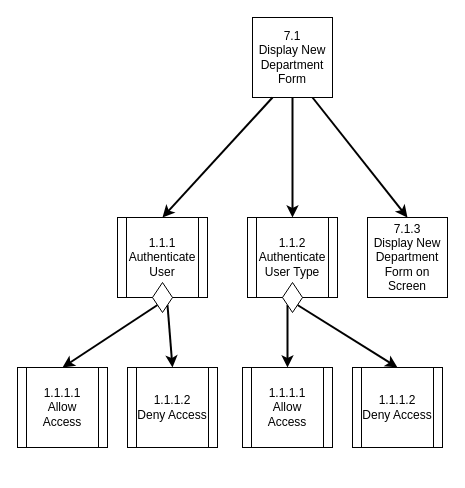
The draw.io diagram page "7.1: Display New Dept Form" (1 of 2) of Diagrams/StructureCharts/Proc7CreateDept.drawio in Harlento/SchedulingSystem, before the edit. Source tidied: cells renumbered, new cells numbered last; positions are measured from the earlier drawing's top-left corner, leaving out a move shared by most shapes. Both pictures are drawn from the tidied source at 100%, with x=0, y=0 at pixel (17, 17).
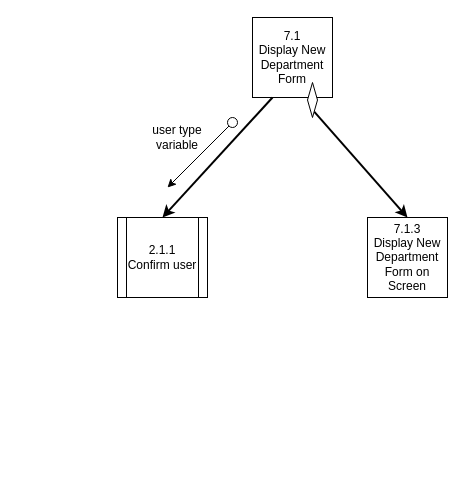
The same page after the edit.

Unchanged cells that the change refers to:
```xml
<mxCell id="2" value="7.1&lt;br&gt;Display New Department Form" style="whiteSpace=wrap;html=1;" parent="1" vertex="1">
  <mxGeometry x="235" width="80" height="80" as="geometry" />
</mxCell>
<mxCell id="4" value="7.1.3&lt;br&gt;Display New Department Form on Screen" style="whiteSpace=wrap;html=1;" parent="1" vertex="1">
  <mxGeometry x="350" y="200" width="80" height="80" as="geometry" />
</mxCell>
```

Change to the diagram source:
```diff
@@
-    <mxCell id="3" style="endArrow=classic;html=1;" parent="1" edge="1">
-      <mxGeometry relative="1" as="geometry">
-        <mxPoint x="130" y="440" as="sourcePoint" />
-        <mxPoint x="130" y="440" as="targetPoint" />
-      </mxGeometry>
-    </mxCell>
@@
-    <mxCell id="5" style="endArrow=classic;html=1;exitX=0;exitY=1;exitDx=0;exitDy=0;entryX=0.5;entryY=0;entryDx=0;entryDy=0;strokeWidth=2;" parent="1" edge="1" source="12" target="11">
-      <mxGeometry relative="1" as="geometry" />
-    </mxCell>
-    <mxCell id="6" style="endArrow=classic;html=1;exitX=0.75;exitY=1;exitDx=0;exitDy=0;strokeWidth=2;entryX=0.5;entryY=0;entryDx=0;entryDy=0;" parent="1" edge="1" source="2" target="4">
+    <mxCell id="6" style="endArrow=classic;html=1;exitX=0.75;exitY=1;exitDx=0;exitDy=0;strokeWidth=2;entryX=0.5;entryY=0;entryDx=0;entryDy=0;" parent="1" edge="1" source="25" target="4">
       <mxGeometry relative="1" as="geometry" />
     </mxCell>
-    <mxCell id="7" style="endArrow=classic;html=1;exitX=0.25;exitY=1;exitDx=0;exitDy=0;entryX=0.5;entryY=0;entryDx=0;entryDy=0;strokeWidth=2;" parent="1" edge="1" source="2" target="9">
+    <mxCell id="7" style="endArrow=classic;html=1;exitX=0.25;exitY=1;exitDx=0;exitDy=0;entryX=0.5;entryY=0;entryDx=0;entryDy=0;strokeWidth=2;" parent="1" edge="1" source="2" target="21">
       <mxGeometry relative="1" as="geometry" />
     </mxCell>
-    <mxCell id="8" style="endArrow=classic;html=1;strokeWidth=2;entryX=0.5;entryY=0;entryDx=0;entryDy=0;exitX=1;exitY=1;exitDx=0;exitDy=0;" parent="1" edge="1" source="12" target="10">
-      <mxGeometry relative="1" as="geometry" />
-    </mxCell>
-    <mxCell id="9" value="&lt;span style=&quot;white-space: normal&quot;&gt;1.1.1&lt;br&gt;&lt;/span&gt;Authenticate User" style="shape=process;whiteSpace=wrap;html=1;backgroundOutline=1;" parent="1" vertex="1">
-      <mxGeometry x="100" y="200" width="90" height="80" as="geometry" />
-    </mxCell>
-    <mxCell id="10" value="1.1.1.2&lt;br&gt;Deny Access" style="shape=process;whiteSpace=wrap;html=1;backgroundOutline=1;" parent="1" vertex="1">
-      <mxGeometry x="110" y="350" width="90" height="80" as="geometry" />
-    </mxCell>
-    <mxCell id="11" value="1.1.1.1&lt;br&gt;Allow Access" style="shape=process;whiteSpace=wrap;html=1;backgroundOutline=1;" parent="1" vertex="1">
-      <mxGeometry y="350" width="90" height="80" as="geometry" />
-    </mxCell>
-    <mxCell id="12" style="rhombus;whiteSpace=wrap;html=1;fillColor=#FFFFFF;" parent="1" vertex="1">
-      <mxGeometry x="135" y="265" width="20" height="30" as="geometry" />
-    </mxCell>
-    <mxCell id="13" style="endArrow=classic;html=1;" parent="1" edge="1">
-      <mxGeometry relative="1" as="geometry">
-        <mxPoint x="285" y="445" as="sourcePoint" />
-        <mxPoint x="285" y="445" as="targetPoint" />
-      </mxGeometry>
-    </mxCell>
-    <mxCell id="14" style="endArrow=classic;html=1;exitX=0;exitY=1;exitDx=0;exitDy=0;strokeWidth=2;entryX=0.5;entryY=0;entryDx=0;entryDy=0;" parent="1" edge="1" source="17" target="19">
-      <mxGeometry relative="1" as="geometry" />
-    </mxCell>
-    <mxCell id="15" style="endArrow=classic;html=1;strokeWidth=2;exitX=1;exitY=1;exitDx=0;exitDy=0;entryX=0.5;entryY=0;entryDx=0;entryDy=0;" parent="1" edge="1" source="17" target="20">
-      <mxGeometry relative="1" as="geometry" />
-    </mxCell>
-    <mxCell id="16" value="&lt;span style=&quot;white-space: normal&quot;&gt;1.1.2&lt;br&gt;&lt;/span&gt;Authenticate User Type" style="shape=process;whiteSpace=wrap;html=1;backgroundOutline=1;" parent="1" vertex="1">
-      <mxGeometry x="230" y="200" width="90" height="80" as="geometry" />
-    </mxCell>
-    <mxCell id="17" style="rhombus;whiteSpace=wrap;html=1;fillColor=#FFFFFF;" parent="1" vertex="1">
-      <mxGeometry x="265" y="265" width="20" height="30" as="geometry" />
-    </mxCell>
-    <mxCell id="18" style="endArrow=classic;html=1;exitX=0.5;exitY=1;exitDx=0;exitDy=0;entryX=0.5;entryY=0;entryDx=0;entryDy=0;strokeWidth=2;" parent="1" edge="1" source="2" target="16">
-      <mxGeometry relative="1" as="geometry" />
-    </mxCell>
-    <mxCell id="19" value="1.1.1.1&lt;br&gt;Allow Access" style="shape=process;whiteSpace=wrap;html=1;backgroundOutline=1;" parent="1" vertex="1">
-      <mxGeometry x="225" y="350" width="90" height="80" as="geometry" />
-    </mxCell>
-    <mxCell id="20" value="1.1.1.2&lt;br&gt;Deny Access" style="shape=process;whiteSpace=wrap;html=1;backgroundOutline=1;" parent="1" vertex="1">
-      <mxGeometry x="335" y="350" width="90" height="80" as="geometry" />
-    </mxCell>
+    <mxCell id="21" value="2.1.1&lt;br&gt;Confirm user" style="shape=process;whiteSpace=wrap;html=1;backgroundOutline=1;" parent="1" vertex="1">
+      <mxGeometry x="100" y="200" width="90" height="80" as="geometry" />
+    </mxCell>
+    <mxCell id="22" style="endArrow=classic;html=1;exitX=0;exitY=1;exitDx=0;exitDy=0;" parent="1" edge="1" source="23">
+      <mxGeometry relative="1" as="geometry">
+        <mxPoint x="150" y="170" as="targetPoint" />
+      </mxGeometry>
+    </mxCell>
+    <mxCell id="23" style="ellipse;whiteSpace=wrap;html=1;fillColor=#FFFFFF;" parent="1" vertex="1">
+      <mxGeometry x="210" y="100" width="10" height="10" as="geometry" />
+    </mxCell>
+    <mxCell id="24" value="user type variable" style="text;html=1;strokeColor=none;fillColor=none;align=center;verticalAlign=middle;whiteSpace=wrap;rounded=0;" parent="1" vertex="1">
+      <mxGeometry x="130" y="110" width="60" height="20" as="geometry" />
+    </mxCell>
+    <mxCell id="25" style="rhombus;whiteSpace=wrap;html=1;strokeColor=#000000;fillColor=#FFFFFF;" parent="1" vertex="1">
+      <mxGeometry x="290" y="65" width="10" height="35" as="geometry" />
+    </mxCell>
```
